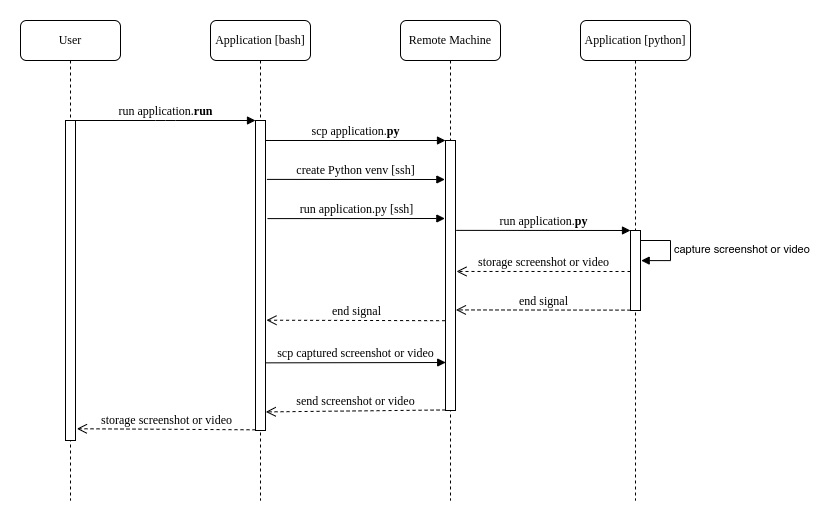
eccanto/remote-screen-capture keeps this draw.io diagram as documentation/sequence-diagram.png. Above is the earlier version. Source tidied: cells renumbered, new cells last; positions are measured from the earlier drawing's top-left corner, leaving out a move shared by most shapes.
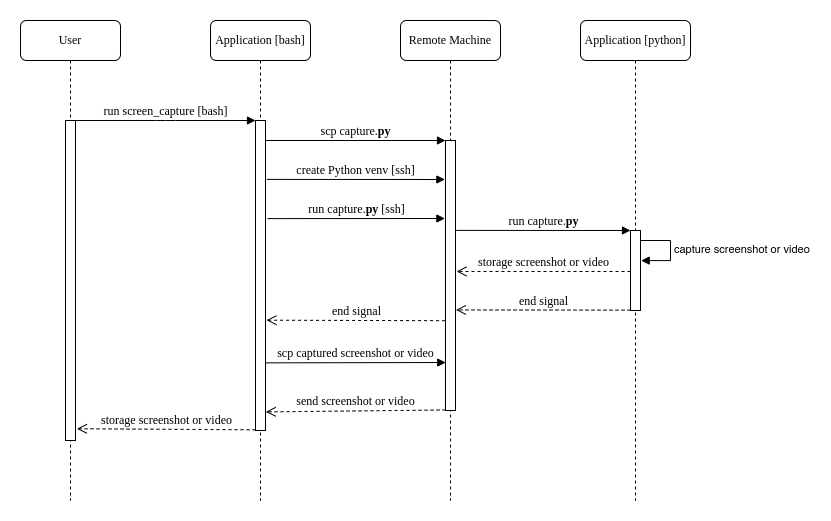
The same diagram one commit later.

The edit, as a diff of the source:
```diff
@@ -26,10 +26,10 @@
         <mxPoint x="56.4" y="408.2" as="targetPoint" />
       </mxGeometry>
     </mxCell>
-    <mxCell id="9" value="run application.&lt;b&gt;run&lt;/b&gt;" style="html=1;verticalAlign=bottom;endArrow=block;entryX=0;entryY=0;labelBackgroundColor=none;fontFamily=Verdana;fontSize=12;edgeStyle=elbowEdgeStyle;elbow=vertical;" parent="1" edge="1" source="7" target="3">
+    <mxCell id="9" value="run screen_capture [bash]" style="html=1;verticalAlign=bottom;endArrow=block;entryX=0;entryY=0;labelBackgroundColor=none;fontFamily=Verdana;fontSize=12;edgeStyle=elbowEdgeStyle;elbow=vertical;" parent="1" edge="1" source="7" target="3">
       <mxGeometry relative="1" as="geometry" />
     </mxCell>
-    <mxCell id="10" value="scp application.&lt;b&gt;py&lt;/b&gt;" style="html=1;verticalAlign=bottom;endArrow=block;entryX=0;entryY=0;labelBackgroundColor=none;fontFamily=Verdana;fontSize=12;edgeStyle=elbowEdgeStyle;elbow=vertical;" parent="1" edge="1" source="3" target="5">
+    <mxCell id="10" value="scp capture.&lt;b&gt;py&lt;/b&gt;" style="html=1;verticalAlign=bottom;endArrow=block;entryX=0;entryY=0;labelBackgroundColor=none;fontFamily=Verdana;fontSize=12;edgeStyle=elbowEdgeStyle;elbow=vertical;" parent="1" edge="1" source="3" target="5">
       <mxGeometry relative="1" as="geometry" />
     </mxCell>
     <mxCell id="11" value="create Python venv [ssh]" style="html=1;verticalAlign=bottom;endArrow=block;entryX=-0.063;entryY=0.253;labelBackgroundColor=none;fontFamily=Verdana;fontSize=12;edgeStyle=elbowEdgeStyle;elbow=vertical;exitX=1.141;exitY=0.303;exitDx=0;exitDy=0;exitPerimeter=0;entryDx=0;entryDy=0;entryPerimeter=0;" parent="1" edge="1">
@@ -66,7 +66,7 @@
         <mxPoint x="-124.6" y="289.4" as="targetPoint" />
       </mxGeometry>
     </mxCell>
-    <mxCell id="17" value="run application.&lt;b&gt;py&lt;/b&gt;" style="html=1;verticalAlign=bottom;endArrow=block;labelBackgroundColor=none;fontFamily=Verdana;fontSize=12;edgeStyle=elbowEdgeStyle;elbow=vertical;exitX=1.074;exitY=0.471;exitDx=0;exitDy=0;exitPerimeter=0;" parent="12" edge="1">
+    <mxCell id="17" value="run capture.&lt;b&gt;py&lt;/b&gt;" style="html=1;verticalAlign=bottom;endArrow=block;labelBackgroundColor=none;fontFamily=Verdana;fontSize=12;edgeStyle=elbowEdgeStyle;elbow=vertical;exitX=1.074;exitY=0.471;exitDx=0;exitDy=0;exitPerimeter=0;" parent="12" edge="1">
       <mxGeometry relative="1" as="geometry">
         <mxPoint x="-124.3" y="209.9" as="sourcePoint" />
         <mxPoint x="50" y="210" as="targetPoint" />
@@ -84,7 +84,7 @@
         <mxPoint x="246" y="299.7" as="targetPoint" />
       </mxGeometry>
     </mxCell>
-    <mxCell id="20" value="run application.py [ssh]" style="html=1;verticalAlign=bottom;endArrow=block;labelBackgroundColor=none;fontFamily=Verdana;fontSize=12;edgeStyle=elbowEdgeStyle;elbow=vertical;exitX=1.2;exitY=0.467;exitDx=0;exitDy=0;exitPerimeter=0;entryX=-0.063;entryY=0.43;entryDx=0;entryDy=0;entryPerimeter=0;" parent="1" edge="1">
+    <mxCell id="20" value="run capture.&lt;b&gt;py&lt;/b&gt; [ssh]" style="html=1;verticalAlign=bottom;endArrow=block;labelBackgroundColor=none;fontFamily=Verdana;fontSize=12;edgeStyle=elbowEdgeStyle;elbow=vertical;exitX=1.2;exitY=0.467;exitDx=0;exitDy=0;exitPerimeter=0;entryX=-0.063;entryY=0.43;entryDx=0;entryDy=0;entryPerimeter=0;" parent="1" edge="1">
       <mxGeometry relative="1" as="geometry">
         <mxPoint x="247" y="198.1" as="sourcePoint" />
         <mxPoint x="424.4" y="198.4" as="targetPoint" />
```
